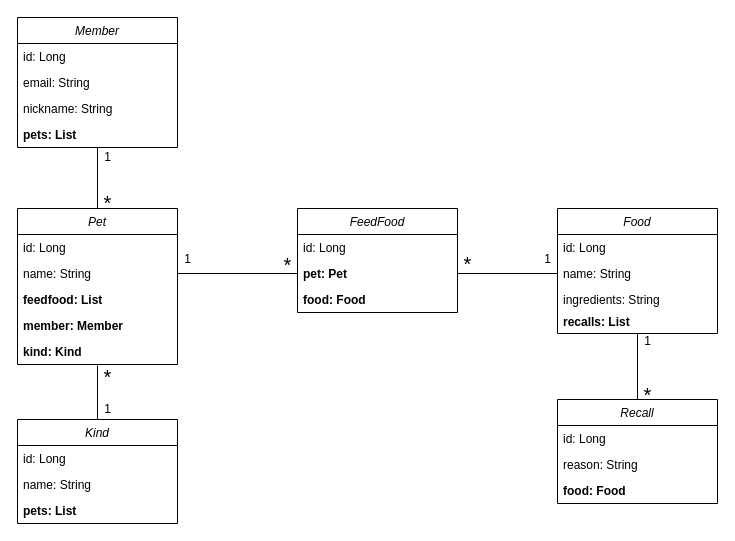
Earlier version of the draw.io diagram Entity archtecture.drawio (5hdumat/yum-yum). Source tidied: cells renumbered, new cells numbered last; positions are measured from the earlier drawing's top-left corner, leaving out a move shared by most shapes. Both pictures are drawn from the tidied source at 100%, with x=0, y=0 at pixel (17, 17).
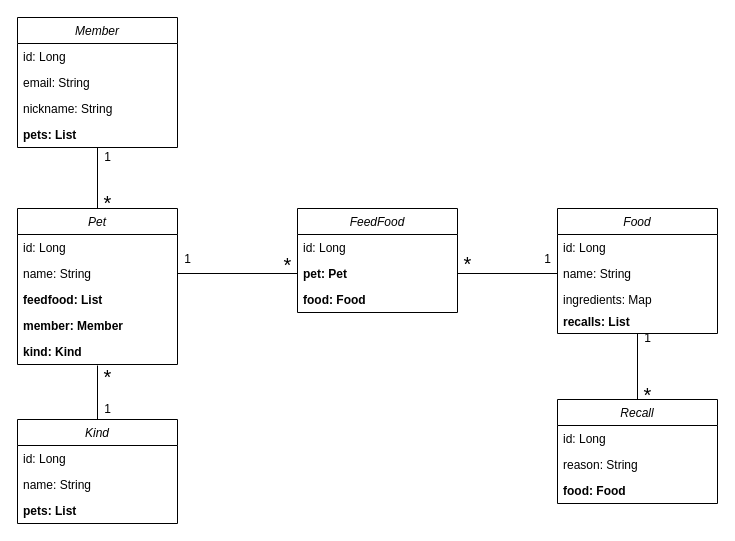
Above is the later version.

Unchanged cells that the change refers to:
```xml
<mxCell id="24" value="Food" style="swimlane;fontStyle=2;align=center;verticalAlign=top;horizontal=1;startSize=26;rounded=0;shadow=0;strokeWidth=1;" parent="1" vertex="1">
  <mxGeometry x="540" y="191" width="160" height="125" as="geometry" />
</mxCell>
```

What changed in the source:
```diff
@@
-    <mxCell id="27" value="ingredients: String" style="text;align=left;verticalAlign=top;spacingLeft=4;spacingRight=4;overflow=hidden;fontStyle=0;" parent="24" vertex="1">
+    <mxCell id="27" value="ingredients: Map" style="text;align=left;verticalAlign=top;spacingLeft=4;spacingRight=4;overflow=hidden;fontStyle=0;" parent="24" vertex="1">
       <mxGeometry y="78" width="160" height="22" as="geometry" />
     </mxCell>
@@
     <mxCell id="44" value="1" style="text;html=1;align=center;verticalAlign=middle;strokeColor=none;fillColor=none;" parent="1" vertex="1">
-      <mxGeometry x="620" y="314" width="20" height="20" as="geometry" />
+      <mxGeometry x="620" y="311" width="20" height="20" as="geometry" />
     </mxCell>
```
